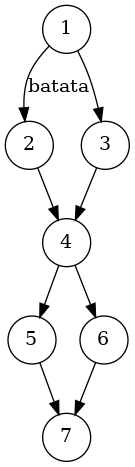
The Graphviz diagram examples/travis-identifier/graph.png in BernardoKoefender/Unity, before a commit. Its source is kept beside it as examples/travis-identifier/graph.gv. Its diagram source:
```dot

digraph G
{

	node [shape=circle]
	/*
	1 -> 2
	1 -> 3
	2 -> 3
	3 -> 4
	4 -> 5
	4 -> 8
	5 -> 6
	5 -> 7
	6 -> 7
	7 -> 4
	8 -> 9
	8 -> 10
	9 -> 11
	10 -> 11
	*/

	1 -> 2 [label="batata", labeljust="left"]
	1 -> 3
	2 -> 4
	3 -> 4
	4 -> 5
	4 -> 6
	5 -> 7
	6 -> 7

}
```
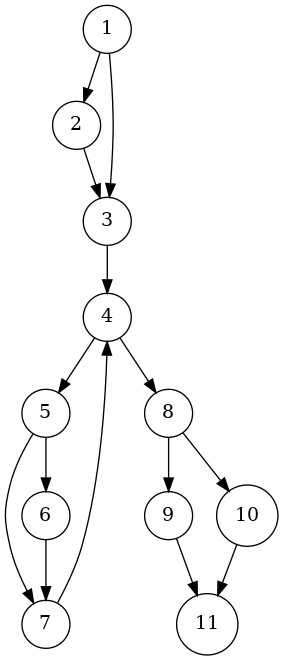
After the change.

What changed in the source:
```diff
@@ -1,9 +1,7 @@
 
 digraph G
 {
-
 	node [shape=circle]
-	/*
 	1 -> 2
 	1 -> 3
 	2 -> 3
@@ -18,15 +16,5 @@
 	8 -> 10
 	9 -> 11
 	10 -> 11
-	*/
-
-	1 -> 2 [label="batata", labeljust="left"]
-	1 -> 3
-	2 -> 4
-	3 -> 4
-	4 -> 5
-	4 -> 6
-	5 -> 7
-	6 -> 7
 
 }
```
